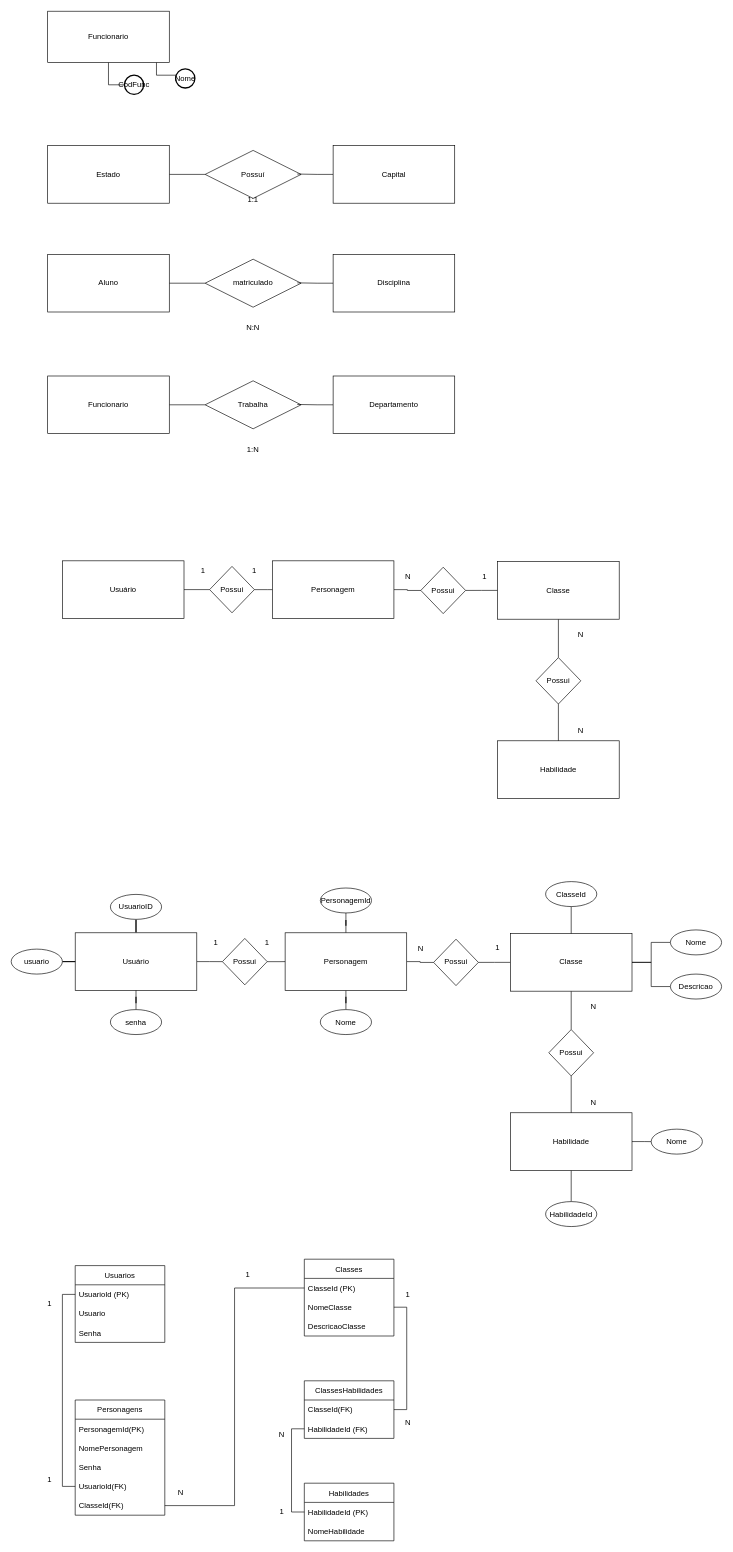
Before: UC10/ATIVIDADE ER 1/mer.drawio in professorlozano/BET07_FST04, a draw.io diagram. Source tidied: cells renumbered, new cells numbered last; positions are measured from the earlier drawing's top-left corner, leaving out a move shared by most shapes. Both pictures are drawn from the tidied source at 64%, with x=0, y=0 at pixel (11, 11).
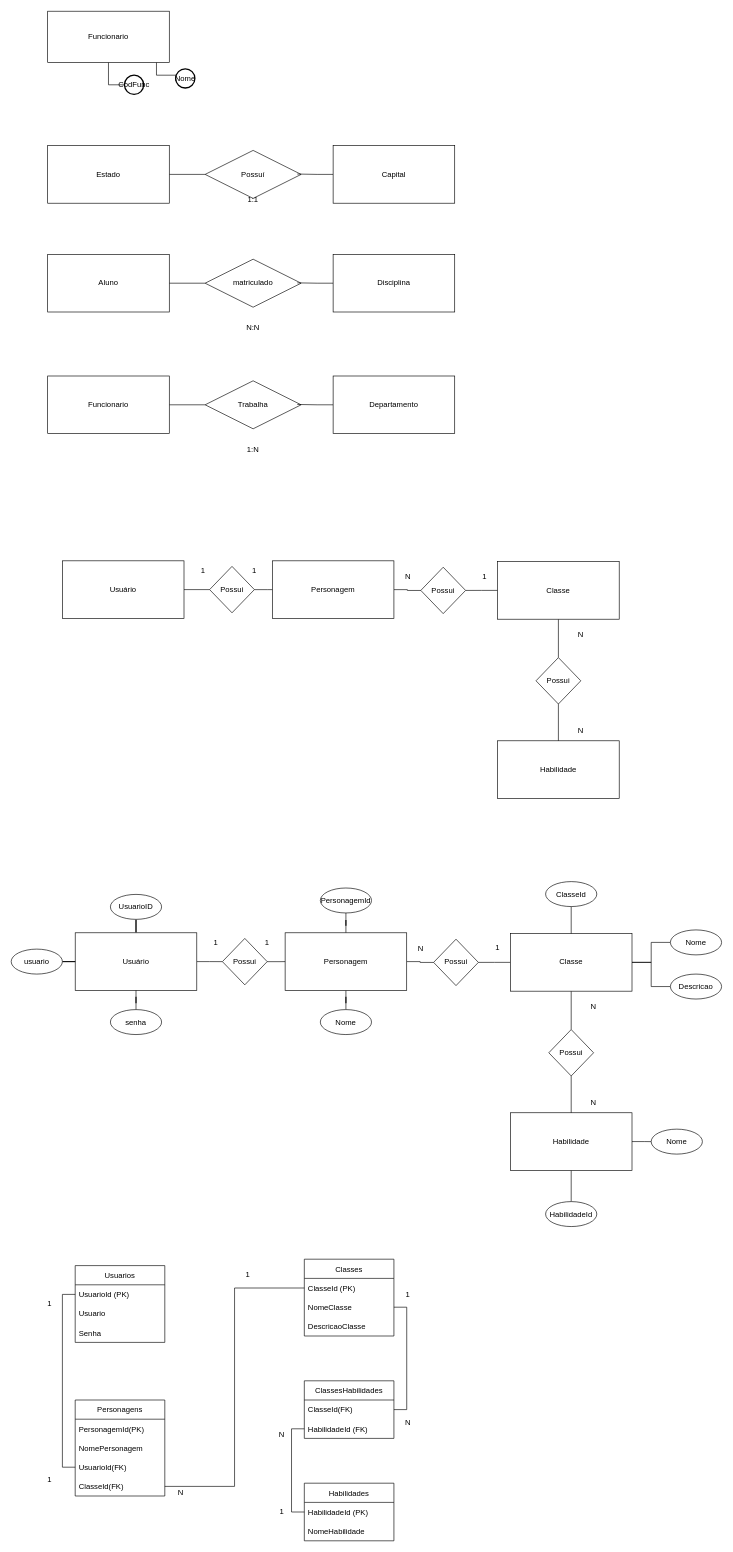
Above is the later version.

Commit message (it also covers changes not shown here):
alteracao em diagrama da er1

The edit, as a diff of the source:
```diff
@@
     <mxCell id="87" value="Personagens" style="swimlane;fontStyle=0;horizontal=1;startSize=30;" parent="1" vertex="1">
-      <mxGeometry x="100" y="2170" width="140" height="180" as="geometry" />
+      <mxGeometry x="100" y="2170" width="140" height="150" as="geometry" />
     </mxCell>
@@
-    <mxCell id="90" value="Senha" style="text;strokeColor=none;fillColor=none;align=left;verticalAlign=middle;spacingLeft=4;spacingRight=4;overflow=hidden;" parent="87" vertex="1">
-      <mxGeometry y="90" width="140" height="30" as="geometry" />
-    </mxCell>
     <mxCell id="91" value="UsuarioId(FK)" style="text;strokeColor=none;fillColor=none;align=left;verticalAlign=middle;spacingLeft=4;spacingRight=4;overflow=hidden;points=[[0,0.5],[1,0.5]];portConstraint=eastwest;" parent="87" vertex="1">
-      <mxGeometry y="120" width="140" height="30" as="geometry" />
+      <mxGeometry y="90" width="140" height="30" as="geometry" />
     </mxCell>
     <mxCell id="92" value="ClasseId(FK)" style="text;strokeColor=none;fillColor=none;align=left;verticalAlign=middle;spacingLeft=4;spacingRight=4;overflow=hidden;points=[[0,0.5],[1,0.5]];portConstraint=eastwest;" parent="87" vertex="1">
-      <mxGeometry y="150" width="140" height="30" as="geometry" />
+      <mxGeometry y="120" width="140" height="30" as="geometry" />
     </mxCell>
```
